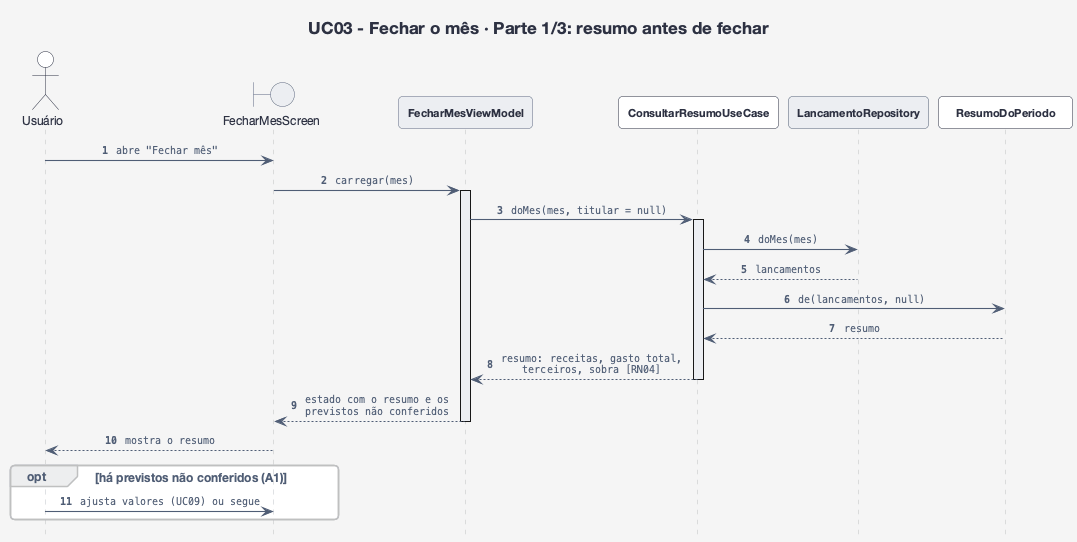
The PlantUML diagram docs/uml/sequencia-uc03-1-resumo.png in gabrielfbarbosa/gasto-certo, before a commit. The source it was exported from:
```plantuml
@startuml sequencia-uc03-1-resumo
!include estilo.iuml
hide footbox
hide <<foco>> stereotype
autonumber "<b>0"
title UC03 - Fechar o mês · Parte 1/3: resumo antes de fechar

actor "Usuário" as U
boundary "FecharMesScreen" as Tela
participant "FecharMesViewModel" as VM <<viewmodel>>
participant "ConsultarResumoUseCase" as CR
participant "LancamentoRepository" as LRepo <<repositório>>
participant "ResumoDoPeriodo" as Res

U -> Tela : abre "Fechar mês"
Tela -> VM : carregar(mes)
activate VM
VM -> CR : doMes(mes, titular = null)
activate CR
CR -> LRepo : doMes(mes)
LRepo --> CR : lancamentos
CR -> Res : de(lancamentos, null)
Res --> CR : resumo
CR --> VM : resumo: receitas, gasto total,\nterceiros, sobra [RN04]
deactivate CR
VM --> Tela : estado com o resumo e os\nprevistos não conferidos
deactivate VM
Tela --> U : mostra o resumo
opt há previstos não conferidos (A1)
  U -> Tela : ajusta valores (UC09) ou segue
end
@enduml
```
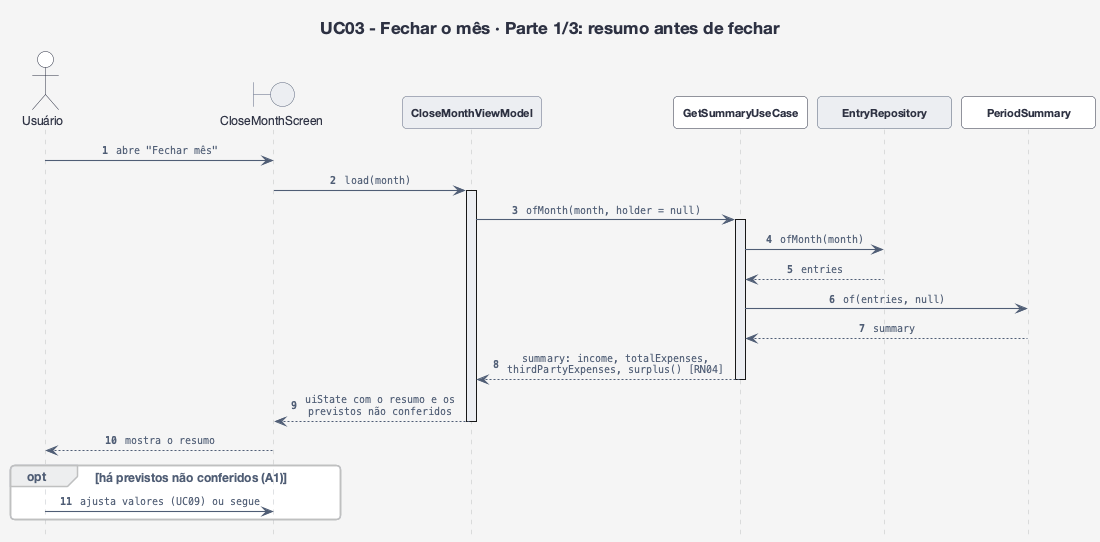
After the commit.

Change to the diagram source:
```diff
@@ -6,24 +6,24 @@
 title UC03 - Fechar o mês · Parte 1/3: resumo antes de fechar
 
 actor "Usuário" as U
-boundary "FecharMesScreen" as Tela
-participant "FecharMesViewModel" as VM <<viewmodel>>
-participant "ConsultarResumoUseCase" as CR
-participant "LancamentoRepository" as LRepo <<repositório>>
-participant "ResumoDoPeriodo" as Res
+boundary "CloseMonthScreen" as Tela
+participant "CloseMonthViewModel" as VM <<viewmodel>>
+participant "GetSummaryUseCase" as CR
+participant "EntryRepository" as LRepo <<repositório>>
+participant "PeriodSummary" as Res
 
 U -> Tela : abre "Fechar mês"
-Tela -> VM : carregar(mes)
+Tela -> VM : load(month)
 activate VM
-VM -> CR : doMes(mes, titular = null)
+VM -> CR : ofMonth(month, holder = null)
 activate CR
-CR -> LRepo : doMes(mes)
-LRepo --> CR : lancamentos
-CR -> Res : de(lancamentos, null)
-Res --> CR : resumo
-CR --> VM : resumo: receitas, gasto total,\nterceiros, sobra [RN04]
+CR -> LRepo : ofMonth(month)
+LRepo --> CR : entries
+CR -> Res : of(entries, null)
+Res --> CR : summary
+CR --> VM : summary: income, totalExpenses,\nthirdPartyExpenses, surplus() [RN04]
 deactivate CR
-VM --> Tela : estado com o resumo e os\nprevistos não conferidos
+VM --> Tela : uiState com o resumo e os\nprevistos não conferidos
 deactivate VM
 Tela --> U : mostra o resumo
 opt há previstos não conferidos (A1)
```
